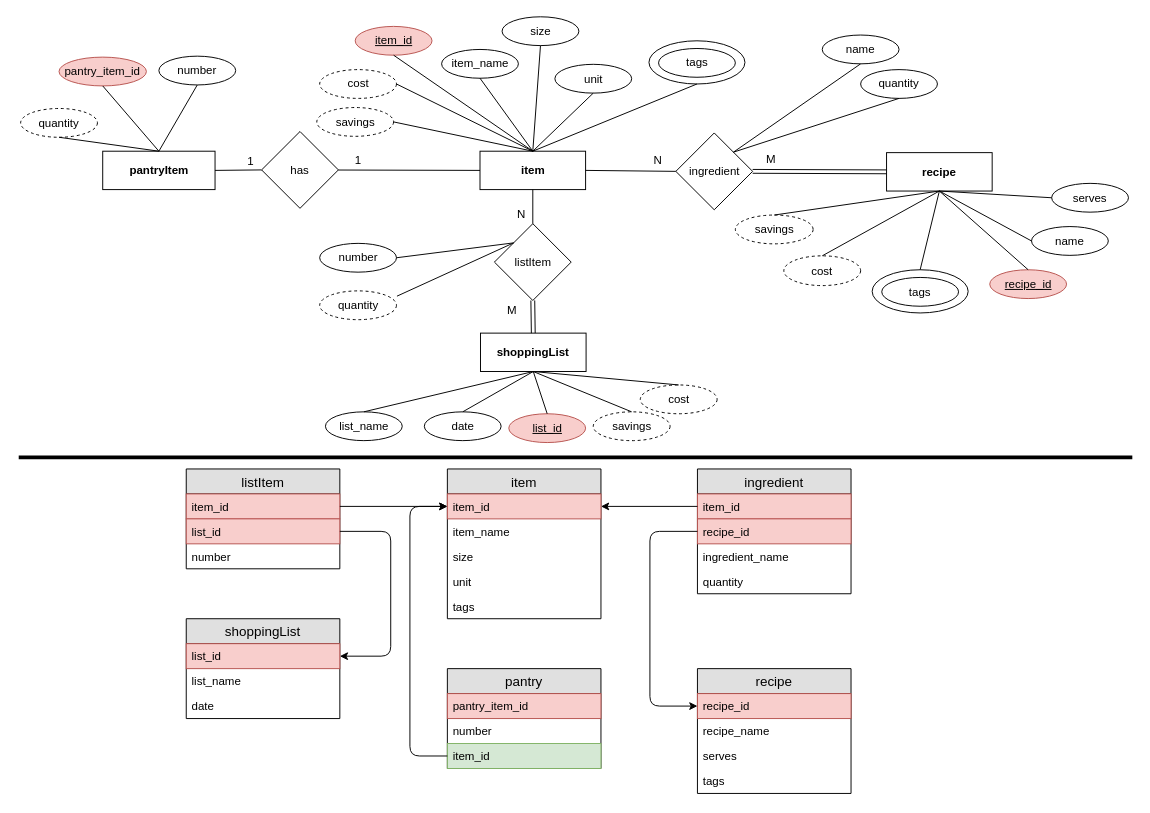
Before: foodShopER.drawio in Oolay/food-shop, a draw.io diagram. Source tidied: cells renumbered, new cells numbered last; positions are measured from the earlier drawing's top-left corner, leaving out a move shared by most shapes. Both pictures are drawn from the tidied source at 96%, with x=0, y=0 at pixel (18, 16).
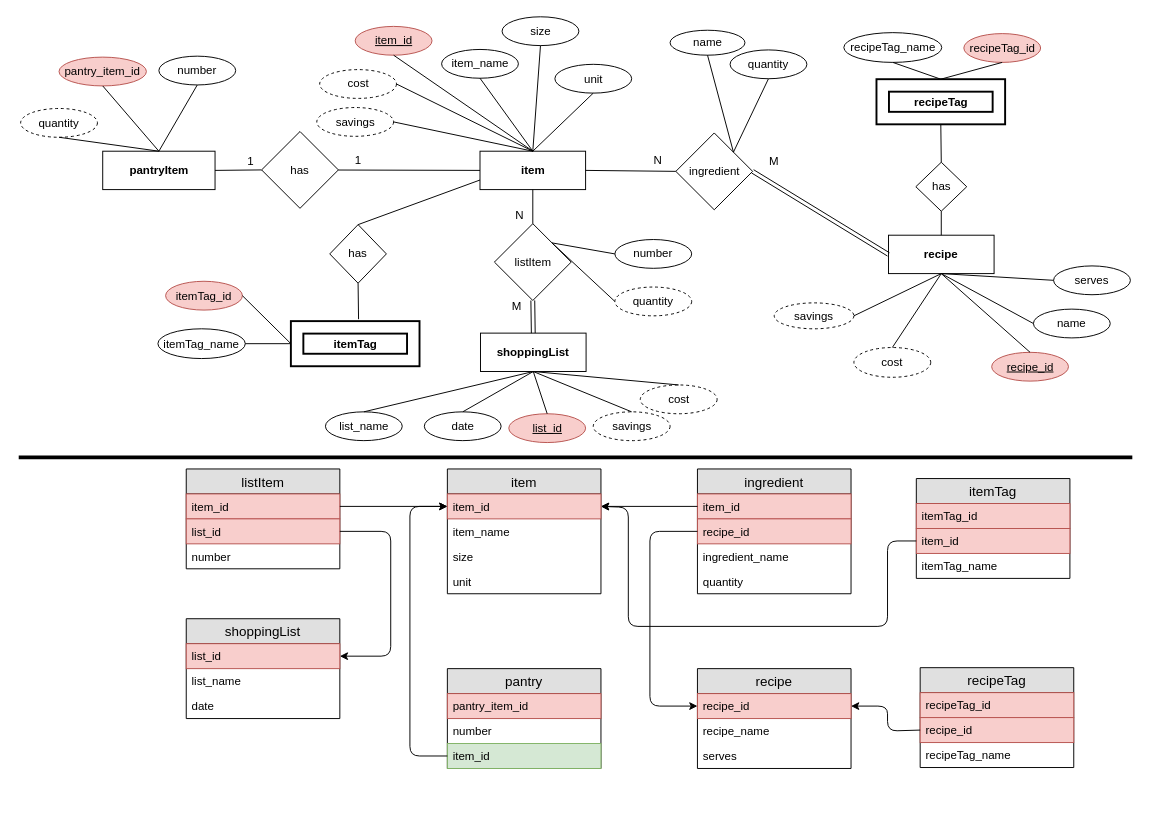
The same page after the edit.

Unchanged cells that the change refers to:
```xml
<mxCell id="2" value="item" style="rounded=0;whiteSpace=wrap;html=1;fontStyle=1;" parent="1" vertex="1">
  <mxGeometry x="480.5" y="140" width="110" height="40" as="geometry" />
</mxCell>
<mxCell id="15" value="listItem" style="rhombus;whiteSpace=wrap;html=1;" parent="1" vertex="1">
  <mxGeometry x="495.5" y="215.5" width="80" height="80" as="geometry" />
</mxCell>
<mxCell id="68" value="item_id" style="text;strokeColor=#b85450;fillColor=#f8cecc;spacingLeft=4;spacingRight=4;overflow=hidden;points=[[0,0.5],[1,0.5]];portConstraint=eastwest;fontSize=12;" parent="67" vertex="1">
  <mxGeometry y="26" width="160" height="26" as="geometry" />
</mxCell>
<mxCell id="78" value="recipe_id" style="text;strokeColor=#b85450;fillColor=#f8cecc;spacingLeft=4;spacingRight=4;overflow=hidden;points=[[0,0.5],[1,0.5]];portConstraint=eastwest;fontSize=12;" parent="77" vertex="1">
  <mxGeometry y="26" width="160" height="26" as="geometry" />
</mxCell>
```

Diff of the diagram source:
```diff
@@
     <mxCell id="3" value="recipe" style="rounded=0;whiteSpace=wrap;html=1;fontStyle=1;" parent="1" vertex="1">
-      <mxGeometry x="904" y="141.5" width="110" height="40" as="geometry" />
+      <mxGeometry x="906" y="227.5" width="110" height="40" as="geometry" />
     </mxCell>
@@
     <mxCell id="13" value="recipe_id" style="ellipse;whiteSpace=wrap;html=1;fillColor=#f8cecc;strokeColor=#b85450;fontStyle=4;" parent="1" vertex="1">
-      <mxGeometry x="1011.5" y="263.5" width="80" height="30" as="geometry" />
+      <mxGeometry x="1013.5" y="349.5" width="80" height="30" as="geometry" />
     </mxCell>
     <mxCell id="14" value="name" style="ellipse;whiteSpace=wrap;html=1;" parent="1" vertex="1">
-      <mxGeometry x="1055" y="218.5" width="80" height="30" as="geometry" />
+      <mxGeometry x="1057" y="304.5" width="80" height="30" as="geometry" />
     </mxCell>
@@
     <mxCell id="25" value="M" style="text;html=1;strokeColor=none;fillColor=none;align=center;verticalAlign=middle;whiteSpace=wrap;rounded=0;dashed=1;" parent="1" vertex="1">
-      <mxGeometry x="763.5" y="138.5" width="40" height="20" as="geometry" />
+      <mxGeometry x="767" y="141" width="40" height="20" as="geometry" />
     </mxCell>
     <mxCell id="26" value="M" style="text;html=1;strokeColor=none;fillColor=none;align=center;verticalAlign=middle;whiteSpace=wrap;rounded=0;dashed=1;" parent="1" vertex="1">
-      <mxGeometry x="493.5" y="295.5" width="40" height="20" as="geometry" />
+      <mxGeometry x="498.5" y="291.5" width="40" height="20" as="geometry" />
     </mxCell>
     <mxCell id="27" value="N" style="text;html=1;strokeColor=none;fillColor=none;align=center;verticalAlign=middle;whiteSpace=wrap;rounded=0;dashed=1;" parent="1" vertex="1">
-      <mxGeometry x="503.5" y="195.5" width="40" height="20" as="geometry" />
+      <mxGeometry x="501.5" y="196.5" width="40" height="20" as="geometry" />
     </mxCell>
@@
     <mxCell id="30" value="serves" style="ellipse;whiteSpace=wrap;html=1;" parent="1" vertex="1">
-      <mxGeometry x="1076" y="173.5" width="80" height="30" as="geometry" />
+      <mxGeometry x="1078" y="259.5" width="80" height="30" as="geometry" />
     </mxCell>
@@
     <mxCell id="32" value="cost" style="ellipse;whiteSpace=wrap;html=1;dashed=1;" parent="1" vertex="1">
-      <mxGeometry x="797" y="249" width="80" height="31" as="geometry" />
+      <mxGeometry x="870" y="344.5" width="80" height="31" as="geometry" />
     </mxCell>
     <mxCell id="33" value="savings" style="ellipse;whiteSpace=wrap;html=1;dashed=1;" parent="1" vertex="1">
-      <mxGeometry x="746.5" y="206.5" width="81" height="30" as="geometry" />
+      <mxGeometry x="787" y="298" width="83" height="27" as="geometry" />
     </mxCell>
@@
-    <mxCell id="35" style="endArrow=none;html=1;exitX=0.5;exitY=0;exitDx=0;exitDy=0;entryX=0.5;entryY=1;entryDx=0;entryDy=0;" parent="1" edge="1" source="33" target="3">
+    <mxCell id="35" style="endArrow=none;html=1;exitX=1;exitY=0.5;exitDx=0;exitDy=0;entryX=0.5;entryY=1;entryDx=0;entryDy=0;" parent="1" edge="1" source="33" target="3">
       <mxGeometry relative="1" as="geometry" />
     </mxCell>
@@
-    <mxCell id="42" style="ellipse;whiteSpace=wrap;html=1;" parent="1" vertex="1">
-      <mxGeometry x="656.5" y="25" width="100" height="45" as="geometry" />
-    </mxCell>
-    <mxCell id="43" value="tags" style="ellipse;whiteSpace=wrap;html=1;fontStyle=0;" parent="1" vertex="1">
-      <mxGeometry x="666.5" y="33" width="80" height="30" as="geometry" />
-    </mxCell>
-    <mxCell id="44" style="ellipse;whiteSpace=wrap;html=1;" parent="1" vertex="1">
-      <mxGeometry x="889" y="263.5" width="100" height="45" as="geometry" />
-    </mxCell>
-    <mxCell id="45" value="tags" style="ellipse;whiteSpace=wrap;html=1;fontStyle=0;" parent="1" vertex="1">
-      <mxGeometry x="899" y="271.5" width="80" height="30" as="geometry" />
-    </mxCell>
-    <mxCell id="46" style="endArrow=none;html=1;entryX=0.5;entryY=0;entryDx=0;entryDy=0;exitX=0.5;exitY=1;exitDx=0;exitDy=0;" parent="1" edge="1" source="42" target="2">
-      <mxGeometry relative="1" as="geometry" />
-    </mxCell>
-    <mxCell id="47" style="endArrow=none;html=1;entryX=0.5;entryY=0;entryDx=0;entryDy=0;exitX=0.5;exitY=1;exitDx=0;exitDy=0;" parent="1" edge="1" source="3" target="44">
-      <mxGeometry relative="1" as="geometry" />
-    </mxCell>
@@
     <mxCell id="52" value="quantity" style="ellipse;whiteSpace=wrap;html=1;" parent="1" vertex="1">
-      <mxGeometry x="877" y="55" width="80" height="30" as="geometry" />
+      <mxGeometry x="741" y="34.5" width="80" height="30" as="geometry" />
     </mxCell>
@@
     <mxCell id="61" value="number" style="ellipse;whiteSpace=wrap;html=1;" parent="1" vertex="1">
-      <mxGeometry x="313.5" y="236" width="80" height="30" as="geometry" />
+      <mxGeometry x="621" y="232" width="80" height="30" as="geometry" />
     </mxCell>
-    <mxCell id="62" style="endArrow=none;html=1;exitX=1;exitY=0.5;exitDx=0;exitDy=0;entryX=0;entryY=0;entryDx=0;entryDy=0;" parent="1" edge="1" source="61" target="15">
+    <mxCell id="62" style="endArrow=none;html=1;exitX=0;exitY=0.5;exitDx=0;exitDy=0;entryX=1;entryY=0;entryDx=0;entryDy=0;" parent="1" edge="1" source="61" target="15">
       <mxGeometry relative="1" as="geometry" />
     </mxCell>
@@
     <mxCell id="65" value="quantity" style="ellipse;whiteSpace=wrap;html=1;dashed=1;" parent="1" vertex="1">
-      <mxGeometry x="313.5" y="285.5" width="80" height="30" as="geometry" />
+      <mxGeometry x="621" y="281.5" width="80" height="30" as="geometry" />
     </mxCell>
-    <mxCell id="66" style="endArrow=none;html=1;exitX=0;exitY=0;exitDx=0;exitDy=0;entryX=1;entryY=0.5;entryDx=0;entryDy=0;" parent="1" edge="1" source="15">
-      <mxGeometry relative="1" as="geometry">
-        <mxPoint x="394" y="291" as="targetPoint" />
-      </mxGeometry>
+    <mxCell id="66" style="endArrow=none;html=1;exitX=1;exitY=0;exitDx=0;exitDy=0;entryX=0;entryY=0.5;entryDx=0;entryDy=0;" parent="1" edge="1" source="15" target="65">
+      <mxGeometry relative="1" as="geometry" />
     </mxCell>
     <mxCell id="67" value="item" style="swimlane;fontStyle=0;horizontal=1;startSize=26;fillColor=#e0e0e0;swimlaneFillColor=#ffffff;align=center;fontSize=14;" parent="1" vertex="1">
-      <mxGeometry x="446.5" y="471" width="160" height="156" as="geometry" />
+      <mxGeometry x="446.5" y="471" width="160" height="130" as="geometry" />
     </mxCell>
@@
-    <mxCell id="72" value="tags" style="text;strokeColor=none;fillColor=none;spacingLeft=4;spacingRight=4;overflow=hidden;fontSize=12;dashed=1;" parent="67" vertex="1">
-      <mxGeometry y="130" width="160" height="26" as="geometry" />
-    </mxCell>
@@
     <mxCell id="77" value="recipe" style="swimlane;fontStyle=0;horizontal=1;startSize=26;fillColor=#e0e0e0;swimlaneFillColor=#ffffff;align=center;fontSize=14;" parent="1" vertex="1">
-      <mxGeometry x="707" y="679" width="160" height="130" as="geometry" />
+      <mxGeometry x="707" y="679" width="160" height="104" as="geometry" />
     </mxCell>
@@
-    <mxCell id="81" value="tags" style="text;strokeColor=none;fillColor=none;spacingLeft=4;spacingRight=4;overflow=hidden;fontSize=12;dashed=1;" parent="77" vertex="1">
-      <mxGeometry y="104" width="160" height="26" as="geometry" />
-    </mxCell>
@@
     <mxCell id="97" value="name" style="ellipse;whiteSpace=wrap;html=1;" parent="1" vertex="1">
-      <mxGeometry x="837" y="19" width="80" height="30" as="geometry" />
+      <mxGeometry x="678.5" y="14" width="78" height="26" as="geometry" />
     </mxCell>
@@
+    <mxCell id="107" value="has" style="rhombus;whiteSpace=wrap;html=1;" parent="1" vertex="1">
+      <mxGeometry x="324" y="216.5" width="59" height="61" as="geometry" />
+    </mxCell>
+    <mxCell id="108" style="endArrow=none;html=1;exitX=0.5;exitY=0;exitDx=0;exitDy=0;entryX=0;entryY=0.75;entryDx=0;entryDy=0;" parent="1" edge="1" source="107" target="2">
+      <mxGeometry relative="1" as="geometry" />
+    </mxCell>
+    <mxCell id="109" style="endArrow=none;html=1;entryX=0.5;entryY=1;entryDx=0;entryDy=0;" parent="1" edge="1" target="107">
+      <mxGeometry relative="1" as="geometry">
+        <mxPoint x="354" y="315" as="sourcePoint" />
+      </mxGeometry>
+    </mxCell>
+    <mxCell id="110" value="itemTag_name" style="ellipse;whiteSpace=wrap;html=1;" parent="1" vertex="1">
+      <mxGeometry x="145" y="325" width="91" height="31" as="geometry" />
+    </mxCell>
+    <mxCell id="111" style="endArrow=none;html=1;exitX=1;exitY=0.5;exitDx=0;exitDy=0;entryX=0;entryY=0.5;entryDx=0;entryDy=0;" parent="1" edge="1" source="110" target="114">
+      <mxGeometry relative="1" as="geometry" />
+    </mxCell>
+    <mxCell id="112" value="itemTag_id" style="ellipse;whiteSpace=wrap;html=1;fillColor=#f8cecc;strokeColor=#b85450;" parent="1" vertex="1">
+      <mxGeometry x="153" y="275.5" width="80" height="30" as="geometry" />
+    </mxCell>
+    <mxCell id="113" style="endArrow=none;html=1;exitX=1;exitY=0.5;exitDx=0;exitDy=0;entryX=0;entryY=0.5;entryDx=0;entryDy=0;" parent="1" edge="1" source="112" target="114">
+      <mxGeometry relative="1" as="geometry" />
+    </mxCell>
+    <mxCell id="114" value="itemTag" style="shape=ext;strokeWidth=2;margin=10;double=1;whiteSpace=wrap;html=1;align=center;fontSize=12;fontStyle=1;" parent="1" vertex="1">
+      <mxGeometry x="283.5" y="317" width="134" height="47" as="geometry" />
+    </mxCell>
+    <mxCell id="115" value="has" style="rhombus;whiteSpace=wrap;html=1;" parent="1" vertex="1">
+      <mxGeometry x="934.5" y="151.5" width="53" height="51" as="geometry" />
+    </mxCell>
+    <mxCell id="116" value="recipeTag_name" style="ellipse;whiteSpace=wrap;html=1;" parent="1" vertex="1">
+      <mxGeometry x="859.5" y="16.5" width="102" height="31" as="geometry" />
+    </mxCell>
+    <mxCell id="117" style="endArrow=none;html=1;exitX=0.5;exitY=1;exitDx=0;exitDy=0;entryX=0.5;entryY=0;entryDx=0;entryDy=0;" parent="1" edge="1" source="116" target="120">
+      <mxGeometry relative="1" as="geometry" />
+    </mxCell>
+    <mxCell id="118" value="recipeTag_id" style="ellipse;whiteSpace=wrap;html=1;fillColor=#f8cecc;strokeColor=#b85450;" parent="1" vertex="1">
+      <mxGeometry x="984.5" y="17.5" width="80" height="30" as="geometry" />
+    </mxCell>
+    <mxCell id="119" style="endArrow=none;html=1;exitX=0.5;exitY=1;exitDx=0;exitDy=0;entryX=0.5;entryY=0;entryDx=0;entryDy=0;" parent="1" edge="1" source="118" target="120">
+      <mxGeometry relative="1" as="geometry" />
+    </mxCell>
+    <mxCell id="120" value="recipeTag" style="shape=ext;strokeWidth=2;margin=10;double=1;whiteSpace=wrap;html=1;align=center;fontSize=12;fontStyle=1;" parent="1" vertex="1">
+      <mxGeometry x="893.5" y="65" width="134" height="47" as="geometry" />
+    </mxCell>
+    <mxCell id="121" style="endArrow=none;html=1;fontSize=12;exitX=0.5;exitY=0;exitDx=0;exitDy=0;entryX=0.5;entryY=1;entryDx=0;entryDy=0;" parent="1" edge="1" source="3" target="115">
+      <mxGeometry relative="1" as="geometry" />
+    </mxCell>
+    <mxCell id="122" style="endArrow=none;html=1;fontSize=12;entryX=0.5;entryY=1;entryDx=0;entryDy=0;exitX=0.5;exitY=0;exitDx=0;exitDy=0;" parent="1" edge="1" source="115" target="120">
+      <mxGeometry relative="1" as="geometry" />
+    </mxCell>
+    <mxCell id="123" value="recipeTag" style="swimlane;fontStyle=0;horizontal=1;startSize=26;fillColor=#e0e0e0;swimlaneFillColor=#ffffff;align=center;fontSize=14;strokeWidth=1;" parent="1" vertex="1">
+      <mxGeometry x="939" y="678" width="160" height="104" as="geometry" />
+    </mxCell>
+    <mxCell id="124" value="recipeTag_id" style="text;strokeColor=#b85450;fillColor=#f8cecc;spacingLeft=4;spacingRight=4;overflow=hidden;fontSize=12;" parent="123" vertex="1">
+      <mxGeometry y="26" width="160" height="26" as="geometry" />
+    </mxCell>
+    <mxCell id="125" value="recipe_id" style="text;strokeColor=#b85450;fillColor=#f8cecc;spacingLeft=4;spacingRight=4;overflow=hidden;points=[[0,0.5],[1,0.5]];portConstraint=eastwest;fontSize=12;" parent="123" vertex="1">
+      <mxGeometry y="52" width="160" height="26" as="geometry" />
+    </mxCell>
+    <mxCell id="126" value="recipeTag_name" style="text;strokeColor=none;fillColor=none;spacingLeft=4;spacingRight=4;overflow=hidden;fontSize=12;" parent="123" vertex="1">
+      <mxGeometry y="78" width="160" height="26" as="geometry" />
+    </mxCell>
+    <mxCell id="127" style="endArrow=classic;html=1;fontSize=12;exitX=0;exitY=0.5;exitDx=0;exitDy=0;entryX=1;entryY=0.5;entryDx=0;entryDy=0;" parent="1" edge="1" source="125" target="78">
+      <mxGeometry relative="1" as="geometry">
+        <Array as="points">
+          <mxPoint x="905" y="744" />
+          <mxPoint x="905" y="718" />
+        </Array>
+      </mxGeometry>
+    </mxCell>
+    <mxCell id="128" value="itemTag" style="swimlane;fontStyle=0;horizontal=1;startSize=26;fillColor=#e0e0e0;swimlaneFillColor=#ffffff;align=center;fontSize=14;strokeWidth=1;" parent="1" vertex="1">
+      <mxGeometry x="935" y="481" width="160" height="104" as="geometry" />
+    </mxCell>
+    <mxCell id="129" value="itemTag_id" style="text;strokeColor=#b85450;fillColor=#f8cecc;spacingLeft=4;spacingRight=4;overflow=hidden;fontSize=12;" parent="128" vertex="1">
+      <mxGeometry y="26" width="160" height="26" as="geometry" />
+    </mxCell>
+    <mxCell id="130" value="item_id" style="text;strokeColor=#b85450;fillColor=#f8cecc;spacingLeft=4;spacingRight=4;overflow=hidden;points=[[0,0.5],[1,0.5]];portConstraint=eastwest;fontSize=12;" parent="128" vertex="1">
+      <mxGeometry y="52" width="160" height="26" as="geometry" />
+    </mxCell>
+    <mxCell id="131" value="itemTag_name" style="text;strokeColor=none;fillColor=none;spacingLeft=4;spacingRight=4;overflow=hidden;fontSize=12;" parent="128" vertex="1">
+      <mxGeometry y="78" width="160" height="26" as="geometry" />
+    </mxCell>
+    <mxCell id="132" style="endArrow=classic;html=1;fontSize=12;entryX=1;entryY=0.5;entryDx=0;entryDy=0;exitX=0;exitY=0.5;exitDx=0;exitDy=0;" parent="1" edge="1" source="130" target="68">
+      <mxGeometry relative="1" as="geometry">
+        <Array as="points">
+          <mxPoint x="905" y="546" />
+          <mxPoint x="905" y="635" />
+          <mxPoint x="635" y="635" />
+          <mxPoint x="635" y="511" />
+        </Array>
+      </mxGeometry>
+    </mxCell>
```
